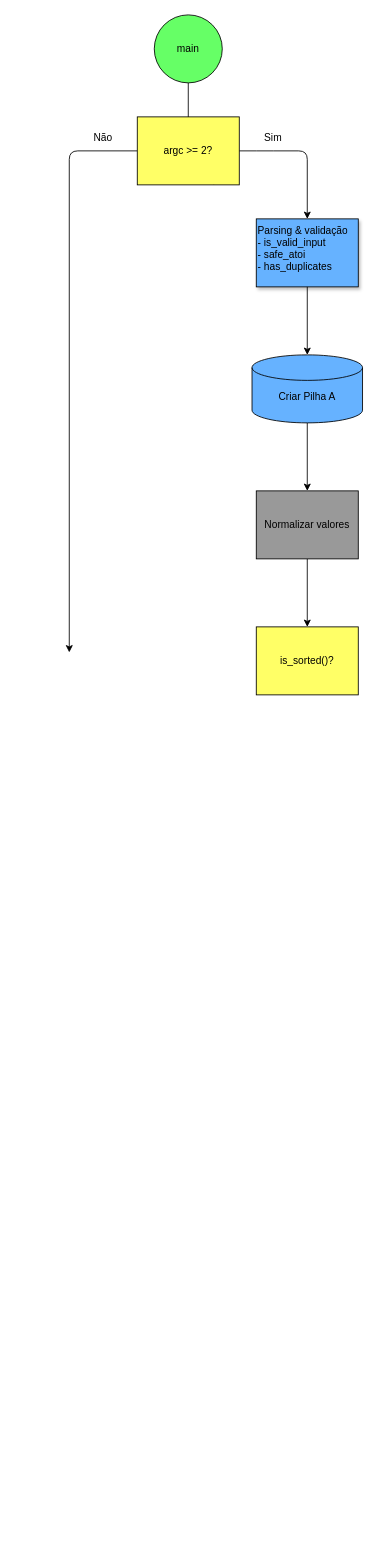
Above: main.drawio in kaide-lucas/push_swap (draw.io), before the change. Source tidied: cells renumbered, new cells numbered last; positions are measured from the earlier drawing's top-left corner, leaving out a move shared by most shapes. Both pictures are drawn from the tidied source at 85%, with x=0, y=0 at pixel (69, 14).
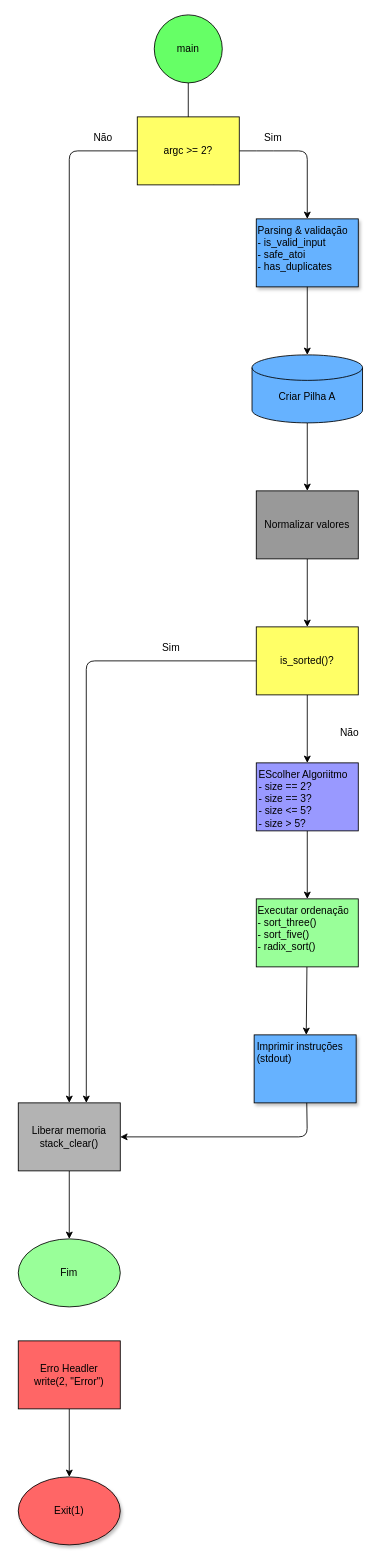
The same diagram, later.

Unchanged cells that the change refers to:
```xml
<mxCell id="10" style="rounded=0;whiteSpace=wrap;html=1;shadow=0;fillColor=#FFFF66;" parent="1" vertex="1">
  <mxGeometry x="80" y="120" width="120" height="80" as="geometry" />
</mxCell>
<mxCell id="23" style="rounded=0;whiteSpace=wrap;html=1;shadow=0;fillColor=#FFFF66;" parent="1" vertex="1">
  <mxGeometry x="220" y="720" width="120" height="80" as="geometry" />
</mxCell>
```

The edit, as a diff of the source:
```diff
@@
-    <mxCell id="9" style="edgeStyle=none;html=1;exitX=0;exitY=0.5;exitDx=0;exitDy=0;" parent="1" edge="1" source="10">
+    <mxCell id="9" style="edgeStyle=none;html=1;exitX=0;exitY=0.5;exitDx=0;exitDy=0;entryX=0.5;entryY=0;entryDx=0;entryDy=0;" parent="1" edge="1" source="10" target="27">
       <mxGeometry relative="1" as="geometry">
-        <mxPoint y="750" as="targetPoint" />
         <Array as="points">
           <mxPoint y="160" />
         </Array>
       </mxGeometry>
     </mxCell>
@@
+    <mxCell id="25" style="edgeStyle=none;html=1;entryX=0.5;entryY=0;entryDx=0;entryDy=0;" parent="1" edge="1" source="23" target="33">
+      <mxGeometry relative="1" as="geometry" />
+    </mxCell>
@@
+    <mxCell id="26" style="edgeStyle=none;html=1;" parent="1" edge="1" source="27">
+      <mxGeometry relative="1" as="geometry">
+        <mxPoint y="1440" as="targetPoint" />
+      </mxGeometry>
+    </mxCell>
+    <mxCell id="27" style="rounded=0;whiteSpace=wrap;html=1;fillColor=#B3B3B3;" parent="1" vertex="1">
+      <mxGeometry x="-60" y="1280" width="120" height="80" as="geometry" />
+    </mxCell>
+    <mxCell id="28" value="Liberar memoria&lt;br&gt;stack_clear()" style="text;html=1;align=center;verticalAlign=middle;whiteSpace=wrap;rounded=0;" parent="1" vertex="1">
+      <mxGeometry x="-50" y="1305" width="100" height="30" as="geometry" />
+    </mxCell>
+    <mxCell id="29" style="edgeStyle=none;html=1;entryX=0.667;entryY=0;entryDx=0;entryDy=0;entryPerimeter=0;" parent="1" edge="1" source="23" target="27">
+      <mxGeometry relative="1" as="geometry">
+        <Array as="points">
+          <mxPoint x="20" y="760" />
+        </Array>
+      </mxGeometry>
+    </mxCell>
+    <mxCell id="30" value="Não" style="text;html=1;align=center;verticalAlign=middle;whiteSpace=wrap;rounded=0;" parent="1" vertex="1">
+      <mxGeometry x="300" y="830" width="60" height="30" as="geometry" />
+    </mxCell>
+    <mxCell id="31" value="Sim" style="text;html=1;align=center;verticalAlign=middle;whiteSpace=wrap;rounded=0;" parent="1" vertex="1">
+      <mxGeometry x="90" y="730" width="60" height="30" as="geometry" />
+    </mxCell>
+    <mxCell id="32" style="edgeStyle=none;html=1;exitX=0.5;exitY=1;exitDx=0;exitDy=0;entryX=0.5;entryY=0;entryDx=0;entryDy=0;" parent="1" edge="1" source="33" target="36">
+      <mxGeometry relative="1" as="geometry" />
+    </mxCell>
+    <mxCell id="33" style="rounded=0;whiteSpace=wrap;html=1;fillColor=#9999FF;" parent="1" vertex="1">
+      <mxGeometry x="220" y="880" width="120" height="80" as="geometry" />
+    </mxCell>
+    <mxCell id="34" value="EScolher Algoriitmo&lt;br&gt;- size == 2?&lt;br&gt;&lt;div&gt;- size == 3?&lt;/div&gt;&lt;div&gt;- size &amp;lt;= 5?&lt;/div&gt;&lt;div&gt;- size &amp;gt; 5?&lt;/div&gt;" style="text;html=1;whiteSpace=wrap;overflow=hidden;rounded=0;" parent="1" vertex="1">
+      <mxGeometry x="221.2" y="880" width="117.5" height="80" as="geometry" />
+    </mxCell>
+    <mxCell id="35" style="edgeStyle=none;html=1;entryX=0.5;entryY=0;entryDx=0;entryDy=0;" parent="1" edge="1" source="36" target="40">
+      <mxGeometry relative="1" as="geometry" />
+    </mxCell>
+    <mxCell id="36" style="rounded=0;whiteSpace=wrap;html=1;fillColor=#99FF99;" parent="1" vertex="1">
+      <mxGeometry x="220" y="1040" width="120" height="80" as="geometry" />
+    </mxCell>
+    <mxCell id="37" value="Executar ordenação&lt;br&gt;- sort_three()&lt;div&gt;- sort_five()&lt;/div&gt;&lt;div&gt;- radix_sort()&lt;/div&gt;" style="text;html=1;whiteSpace=wrap;overflow=hidden;rounded=0;" parent="1" vertex="1">
+      <mxGeometry x="220" y="1040" width="130" height="70" as="geometry" />
+    </mxCell>
+    <mxCell id="38" style="rounded=0;whiteSpace=wrap;html=1;shadow=1;fillColor=#66B2FF;" parent="1" vertex="1">
+      <mxGeometry x="217.5" y="1200" width="120" height="80" as="geometry" />
+    </mxCell>
+    <mxCell id="39" style="edgeStyle=none;html=1;entryX=1;entryY=0.5;entryDx=0;entryDy=0;" parent="1" edge="1" source="40" target="27">
+      <mxGeometry relative="1" as="geometry">
+        <Array as="points">
+          <mxPoint x="280" y="1320" />
+        </Array>
+      </mxGeometry>
+    </mxCell>
+    <mxCell id="40" value="Imprimir instruções&lt;br&gt;(stdout)" style="text;html=1;whiteSpace=wrap;overflow=hidden;rounded=0;" parent="1" vertex="1">
+      <mxGeometry x="218.8" y="1200" width="120" height="80" as="geometry" />
+    </mxCell>
+    <mxCell id="41" style="ellipse;whiteSpace=wrap;html=1;fillColor=#99FF99;" parent="1" vertex="1">
+      <mxGeometry x="-60" y="1440" width="120" height="80" as="geometry" />
+    </mxCell>
+    <mxCell id="42" value="Fim" style="text;html=1;align=center;verticalAlign=middle;whiteSpace=wrap;rounded=0;" parent="1" vertex="1">
+      <mxGeometry x="-30" y="1465" width="60" height="30" as="geometry" />
+    </mxCell>
+    <mxCell id="43" style="edgeStyle=none;html=1;" parent="1" edge="1" source="44">
+      <mxGeometry relative="1" as="geometry">
+        <mxPoint y="1720" as="targetPoint" />
+      </mxGeometry>
+    </mxCell>
+    <mxCell id="44" style="rounded=0;whiteSpace=wrap;html=1;fillColor=#FF6666;" parent="1" vertex="1">
+      <mxGeometry x="-60" y="1560" width="120" height="80" as="geometry" />
+    </mxCell>
+    <mxCell id="45" value="Erro Headler&lt;br&gt;write(2, &quot;Error&quot;)" style="text;html=1;align=center;verticalAlign=middle;whiteSpace=wrap;rounded=0;" parent="1" vertex="1">
+      <mxGeometry x="-55" y="1585" width="110" height="30" as="geometry" />
+    </mxCell>
+    <mxCell id="46" style="ellipse;whiteSpace=wrap;html=1;shadow=1;fillColor=#FF6666;" parent="1" vertex="1">
+      <mxGeometry x="-60" y="1720" width="120" height="80" as="geometry" />
+    </mxCell>
+    <mxCell id="47" value="Exit(1)" style="text;html=1;align=center;verticalAlign=middle;whiteSpace=wrap;rounded=0;" parent="1" vertex="1">
+      <mxGeometry x="-30" y="1745" width="60" height="30" as="geometry" />
+    </mxCell>
```
